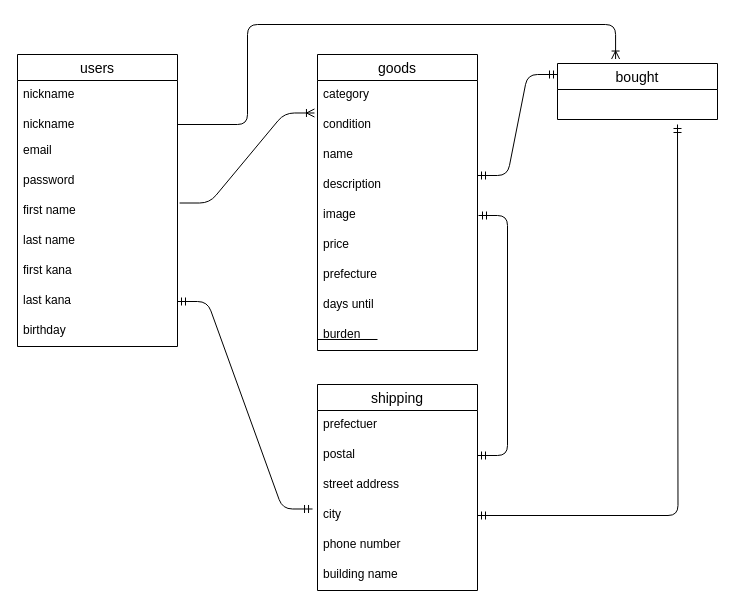
Above: test.dio in mikuto17/furima-40060 (draw.io), before the change. Source tidied: cells renumbered, new cells numbered last; positions are measured from the earlier drawing's top-left corner, leaving out a move shared by most shapes. Both pictures are drawn from the tidied source at 100%, with x=0, y=0 at pixel (17, 24).
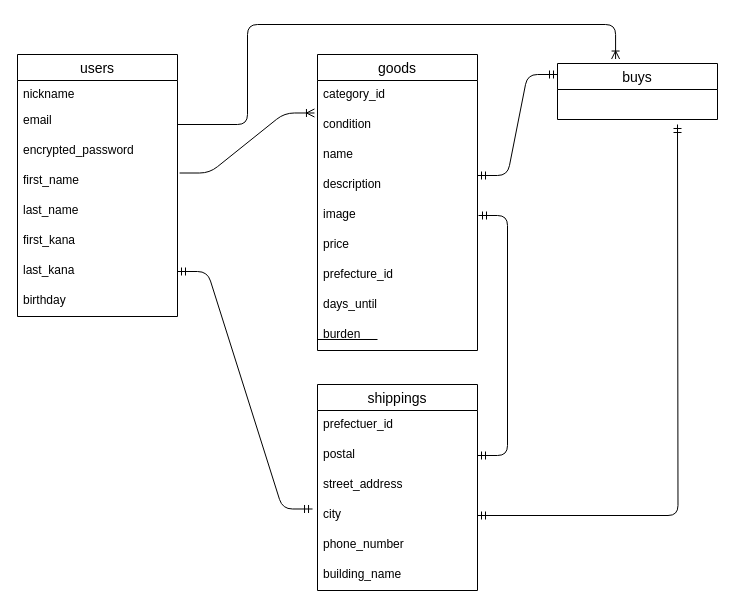
The same page after the edit.

Commit message (it also covers changes not shown here):
ER図作成、README記載の修正

Unchanged cells that the change refers to:
```xml
<mxCell id="12" value="goods" style="swimlane;fontStyle=0;horizontal=1;startSize=26;align=center;fontSize=14;" parent="1" vertex="1">
  <mxGeometry x="300" y="30" width="160" height="296" as="geometry" />
</mxCell>
```

Diff of the diagram source:
```diff
@@
     <mxCell id="2" value="users" style="swimlane;fontStyle=0;horizontal=1;startSize=26;align=center;fontSize=14;" parent="1" vertex="1">
-      <mxGeometry y="30" width="160" height="292" as="geometry" />
+      <mxGeometry y="30" width="160" height="262" as="geometry" />
     </mxCell>
-    <mxCell id="3" value="nickname" style="text;strokeColor=none;fillColor=none;spacingLeft=4;spacingRight=4;overflow=hidden;fontSize=12;" parent="2" vertex="1">
-      <mxGeometry y="26" width="160" height="30" as="geometry" />
-    </mxCell>
     <mxCell id="4" value="nickname" style="text;strokeColor=none;fillColor=none;spacingLeft=4;spacingRight=4;overflow=hidden;fontSize=12;" parent="2" vertex="1">
-      <mxGeometry y="56" width="160" height="26" as="geometry" />
+      <mxGeometry y="26" width="160" height="26" as="geometry" />
     </mxCell>
     <mxCell id="5" value="email" style="text;strokeColor=none;fillColor=none;spacingLeft=4;spacingRight=4;overflow=hidden;fontSize=12;" parent="2" vertex="1">
-      <mxGeometry y="82" width="160" height="30" as="geometry" />
+      <mxGeometry y="52" width="160" height="30" as="geometry" />
     </mxCell>
-    <mxCell id="6" value="password" style="text;strokeColor=none;fillColor=none;spacingLeft=4;spacingRight=4;overflow=hidden;fontSize=12;" parent="2" vertex="1">
-      <mxGeometry y="112" width="160" height="30" as="geometry" />
+    <mxCell id="6" value="encrypted_password" style="text;strokeColor=none;fillColor=none;spacingLeft=4;spacingRight=4;overflow=hidden;fontSize=12;" parent="2" vertex="1">
+      <mxGeometry y="82" width="160" height="30" as="geometry" />
     </mxCell>
-    <mxCell id="7" value="first name" style="text;strokeColor=none;fillColor=none;spacingLeft=4;spacingRight=4;overflow=hidden;points=[[0,0.5],[1,0.5]];portConstraint=eastwest;fontSize=12;" parent="2" vertex="1">
-      <mxGeometry y="142" width="160" height="30" as="geometry" />
+    <mxCell id="7" value="first_name" style="text;strokeColor=none;fillColor=none;spacingLeft=4;spacingRight=4;overflow=hidden;points=[[0,0.5],[1,0.5]];portConstraint=eastwest;fontSize=12;" parent="2" vertex="1">
+      <mxGeometry y="112" width="160" height="30" as="geometry" />
     </mxCell>
-    <mxCell id="8" value="last name" style="text;strokeColor=none;fillColor=none;spacingLeft=4;spacingRight=4;overflow=hidden;fontSize=12;" parent="2" vertex="1">
-      <mxGeometry y="172" width="160" height="30" as="geometry" />
+    <mxCell id="8" value="last_name" style="text;strokeColor=none;fillColor=none;spacingLeft=4;spacingRight=4;overflow=hidden;fontSize=12;" parent="2" vertex="1">
+      <mxGeometry y="142" width="160" height="30" as="geometry" />
     </mxCell>
-    <mxCell id="9" value="first kana" style="text;strokeColor=none;fillColor=none;spacingLeft=4;spacingRight=4;overflow=hidden;fontSize=12;" parent="2" vertex="1">
-      <mxGeometry y="202" width="160" height="30" as="geometry" />
+    <mxCell id="9" value="first_kana" style="text;strokeColor=none;fillColor=none;spacingLeft=4;spacingRight=4;overflow=hidden;fontSize=12;" parent="2" vertex="1">
+      <mxGeometry y="172" width="160" height="30" as="geometry" />
     </mxCell>
-    <mxCell id="10" value="last kana" style="text;strokeColor=none;fillColor=none;spacingLeft=4;spacingRight=4;overflow=hidden;points=[[0,0.5],[1,0.5]];portConstraint=eastwest;fontSize=12;" parent="2" vertex="1">
-      <mxGeometry y="232" width="160" height="30" as="geometry" />
+    <mxCell id="10" value="last_kana" style="text;strokeColor=none;fillColor=none;spacingLeft=4;spacingRight=4;overflow=hidden;points=[[0,0.5],[1,0.5]];portConstraint=eastwest;fontSize=12;" parent="2" vertex="1">
+      <mxGeometry y="202" width="160" height="30" as="geometry" />
     </mxCell>
     <mxCell id="11" value="birthday" style="text;strokeColor=none;fillColor=none;spacingLeft=4;spacingRight=4;overflow=hidden;fontSize=12;" parent="2" vertex="1">
-      <mxGeometry y="262" width="160" height="30" as="geometry" />
+      <mxGeometry y="232" width="160" height="30" as="geometry" />
     </mxCell>
@@
-    <mxCell id="13" value="category" style="text;strokeColor=none;fillColor=none;spacingLeft=4;spacingRight=4;overflow=hidden;fontSize=12;" parent="12" vertex="1">
+    <mxCell id="13" value="category_id" style="text;strokeColor=none;fillColor=none;spacingLeft=4;spacingRight=4;overflow=hidden;fontSize=12;" parent="12" vertex="1">
       <mxGeometry y="26" width="160" height="30" as="geometry" />
     </mxCell>
@@
-    <mxCell id="19" value="prefecture" style="text;strokeColor=none;fillColor=none;spacingLeft=4;spacingRight=4;overflow=hidden;fontSize=12;" parent="12" vertex="1">
+    <mxCell id="19" value="prefecture_id" style="text;strokeColor=none;fillColor=none;spacingLeft=4;spacingRight=4;overflow=hidden;fontSize=12;" parent="12" vertex="1">
       <mxGeometry y="206" width="160" height="30" as="geometry" />
     </mxCell>
-    <mxCell id="20" value="days until" style="text;strokeColor=none;fillColor=none;spacingLeft=4;spacingRight=4;overflow=hidden;fontSize=12;" parent="12" vertex="1">
+    <mxCell id="20" value="days_until" style="text;strokeColor=none;fillColor=none;spacingLeft=4;spacingRight=4;overflow=hidden;fontSize=12;" parent="12" vertex="1">
       <mxGeometry y="236" width="160" height="30" as="geometry" />
     </mxCell>
@@
-    <mxCell id="22" value="bought" style="swimlane;fontStyle=0;horizontal=1;startSize=26;align=center;fontSize=14;" parent="1" vertex="1">
+    <mxCell id="22" value="buys" style="swimlane;fontStyle=0;horizontal=1;startSize=26;align=center;fontSize=14;" parent="1" vertex="1">
       <mxGeometry x="540" y="39" width="160" height="56" as="geometry" />
     </mxCell>
@@
-    <mxCell id="25" value="shipping" style="swimlane;fontStyle=0;horizontal=1;startSize=26;align=center;fontSize=14;" parent="1" vertex="1">
+    <mxCell id="25" value="shippings" style="swimlane;fontStyle=0;horizontal=1;startSize=26;align=center;fontSize=14;" parent="1" vertex="1">
       <mxGeometry x="300" y="360" width="160" height="206" as="geometry" />
     </mxCell>
-    <mxCell id="26" value="prefectuer" style="text;strokeColor=none;fillColor=none;spacingLeft=4;spacingRight=4;overflow=hidden;fontSize=12;" parent="25" vertex="1">
+    <mxCell id="26" value="prefectuer_id" style="text;strokeColor=none;fillColor=none;spacingLeft=4;spacingRight=4;overflow=hidden;fontSize=12;" parent="25" vertex="1">
       <mxGeometry y="26" width="160" height="30" as="geometry" />
     </mxCell>
@@
-    <mxCell id="28" value="street address" style="text;strokeColor=none;fillColor=none;spacingLeft=4;spacingRight=4;overflow=hidden;fontSize=12;" parent="25" vertex="1">
+    <mxCell id="28" value="street_address" style="text;strokeColor=none;fillColor=none;spacingLeft=4;spacingRight=4;overflow=hidden;fontSize=12;" parent="25" vertex="1">
       <mxGeometry y="86" width="160" height="30" as="geometry" />
     </mxCell>
@@
-    <mxCell id="30" value="phone number" style="text;strokeColor=none;fillColor=none;spacingLeft=4;spacingRight=4;overflow=hidden;fontSize=12;" parent="25" vertex="1">
+    <mxCell id="30" value="phone_number" style="text;strokeColor=none;fillColor=none;spacingLeft=4;spacingRight=4;overflow=hidden;fontSize=12;" parent="25" vertex="1">
       <mxGeometry y="146" width="160" height="30" as="geometry" />
     </mxCell>
-    <mxCell id="31" value="building name" style="text;strokeColor=none;fillColor=none;spacingLeft=4;spacingRight=4;overflow=hidden;fontSize=12;" parent="25" vertex="1">
+    <mxCell id="31" value="building_name" style="text;strokeColor=none;fillColor=none;spacingLeft=4;spacingRight=4;overflow=hidden;fontSize=12;" parent="25" vertex="1">
       <mxGeometry y="176" width="160" height="30" as="geometry" />
     </mxCell>
```
